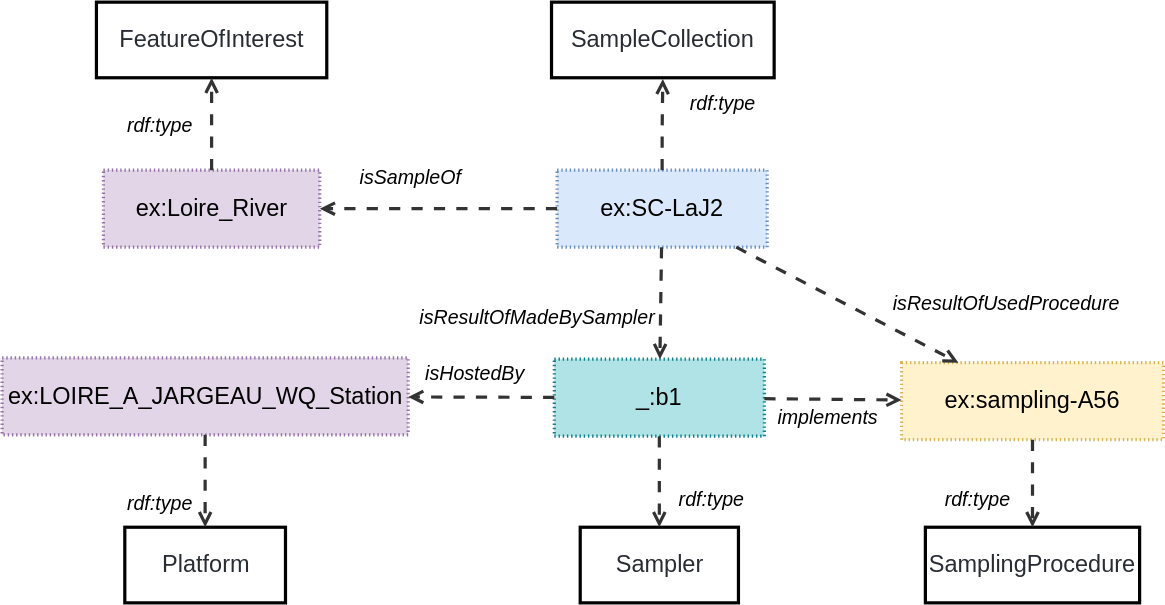
Earlier version of the draw.io export ssn/images/PlannedSampleCollection.svg (afeliachi/sdw-sosa-ssn). Source tidied: cells renumbered, new cells last; positions are measured from the earlier drawing's top-left corner, leaving out a move shared by most shapes.
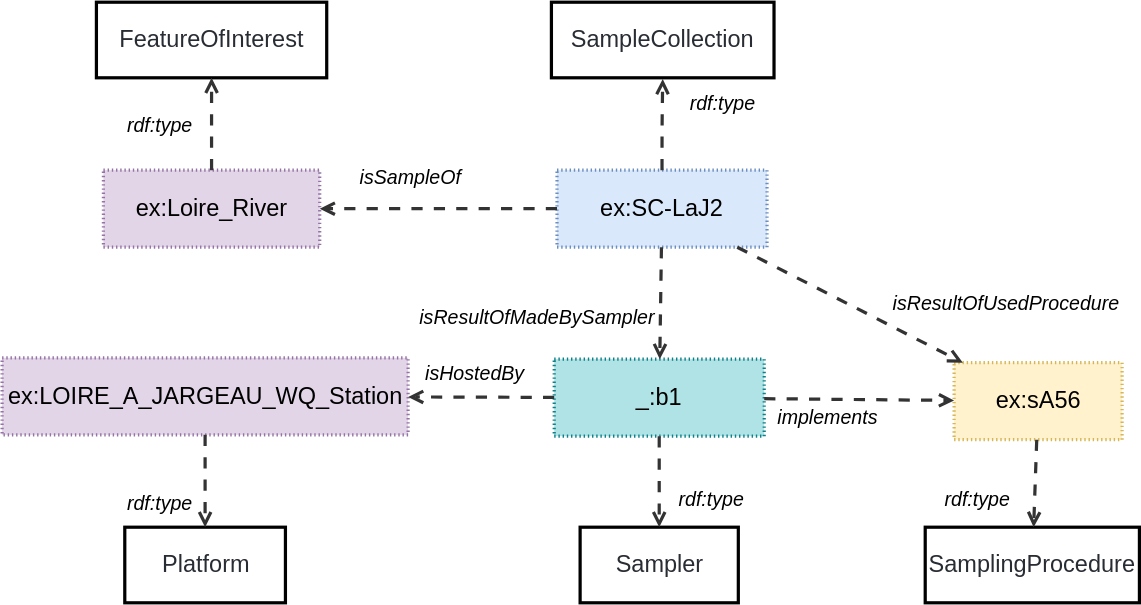
The same diagram one commit later.

Change to the diagram source:
```diff
@@ -62,8 +62,8 @@
     <mxCell id="21" style="html=1;jettySize=18;whiteSpace=wrap;fontSize=13;strokeColor=#333333;strokeOpacity=100;dashed=1;fixDash=1;dashPattern=8 8;strokeWidth=2.3;rounded=0;startArrow=none;endArrow=open;lucidId=XvNQ3zJcAKRb;" parent="1" edge="1" source="18" target="19">
       <mxGeometry relative="1" as="geometry" />
     </mxCell>
-    <mxCell id="22" value="ex:sampling-A56" style="html=1;overflow=block;blockSpacing=1;whiteSpace=wrap;fontSize=16.8;align=center;spacing=0;strokeOpacity=100;fillColor=#fff2cc;dashed=1;fixDash=1;dashPattern=1 2;strokeWidth=2.3;strokeColor=#d6b656;" parent="1" vertex="1">
-      <mxGeometry x="642.4" y="257.5" width="187" height="55" as="geometry" />
+    <mxCell id="22" value="ex:sA56" style="html=1;overflow=block;blockSpacing=1;whiteSpace=wrap;fontSize=16.8;align=center;spacing=0;strokeOpacity=100;fillColor=#fff2cc;dashed=1;fixDash=1;dashPattern=1 2;strokeWidth=2.3;strokeColor=#d6b656;" parent="1" vertex="1">
+      <mxGeometry x="680" y="257.5" width="120" height="55" as="geometry" />
     </mxCell>
     <mxCell id="23" value="SamplingProcedure" style="html=1;overflow=block;blockSpacing=1;whiteSpace=wrap;fontSize=16.8;fontColor=#282c33;align=center;spacing=0;strokeOpacity=100;fillColor=none;strokeWidth=2.3;" parent="1" vertex="1">
       <mxGeometry x="659.4" y="375" width="153" height="54" as="geometry" />
```
